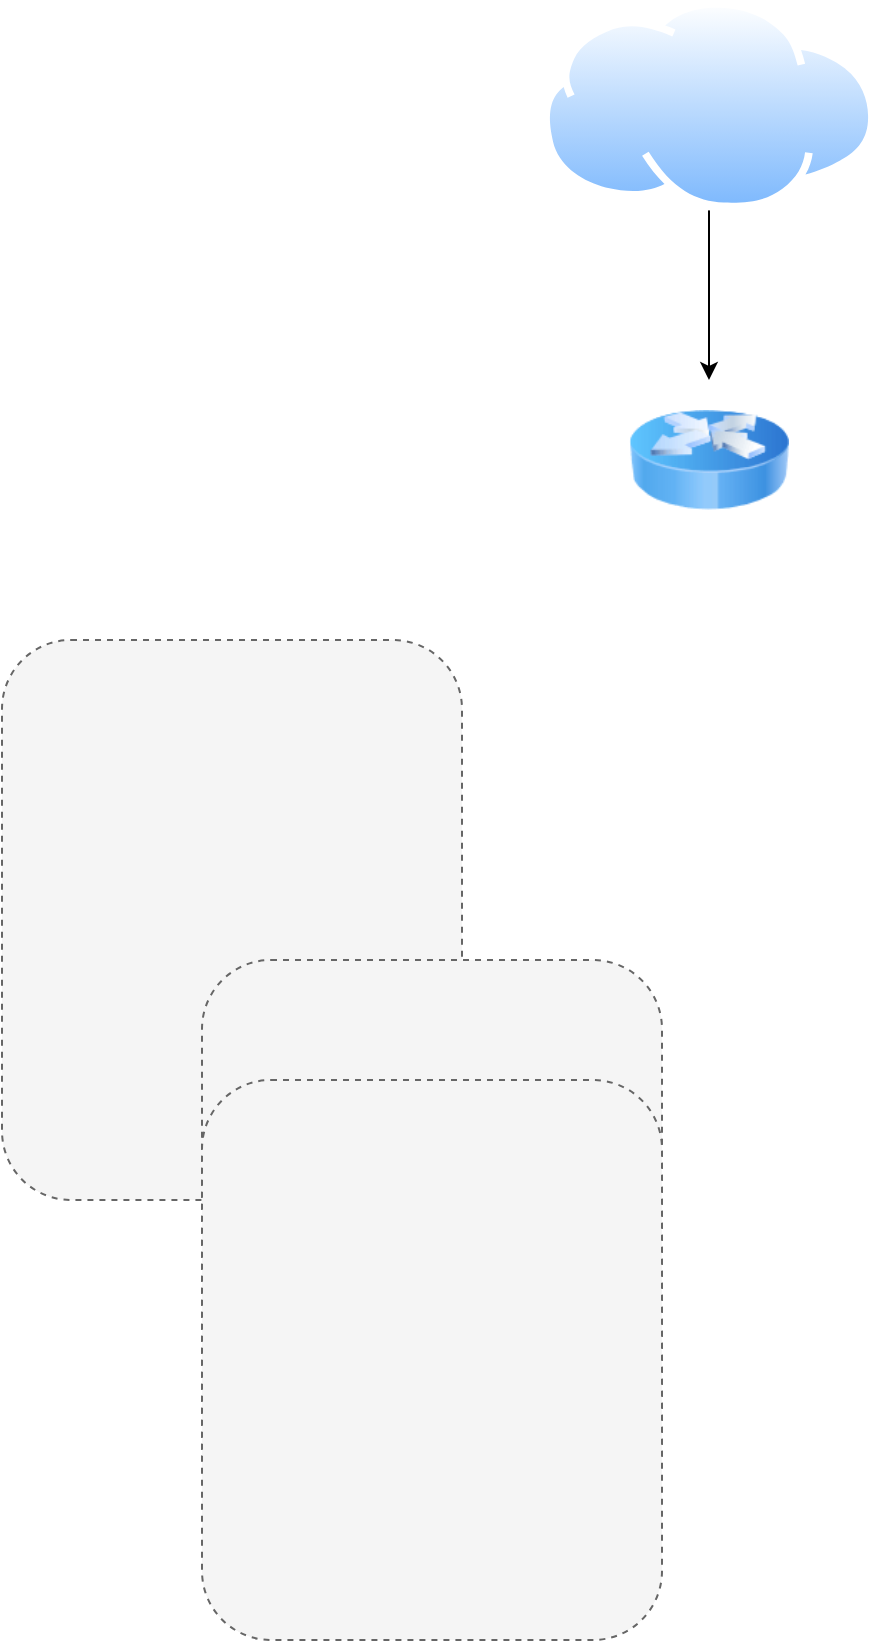
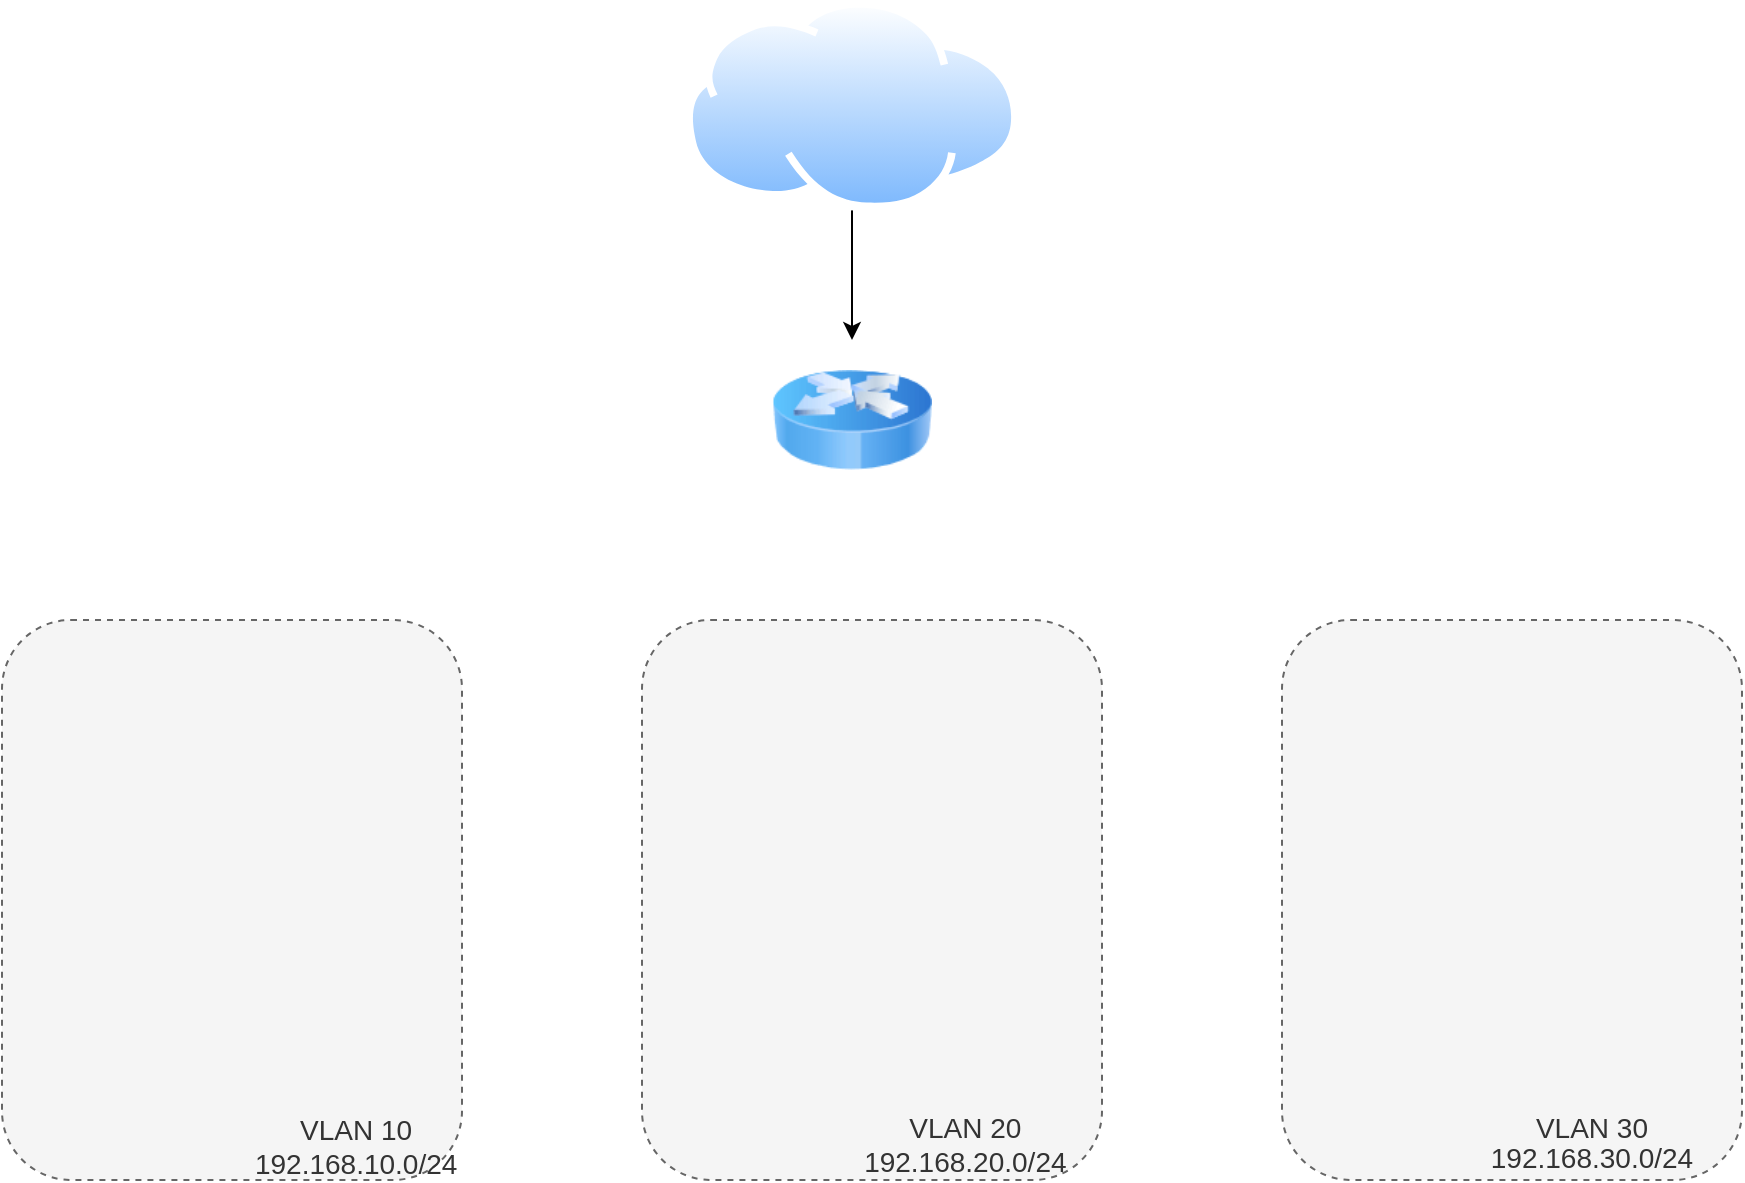
<mxfile host="app.diagrams.net">
  <diagram name="Trang-1" id="-QvKHvVX4tWdF-sznae-">
    <mxGraphModel dx="1012" dy="601" grid="1" gridSize="10" guides="1" tooltips="1" connect="1" arrows="1" fold="1" page="1" pageScale="1" pageWidth="827" pageHeight="1169" math="0" shadow="0">
      <root>
        <mxCell id="0" />
        <mxCell id="1" parent="0" />
-         <mxCell id="tlgCcKQl9_W-pkazaHYF-1" parent="1" style="rounded=1;whiteSpace=wrap;html=1;dashed=1;fillColor=#f5f5f5;strokeColor=#666666;fontColor=#333333;" value="" vertex="1">
-           <mxGeometry height="280" width="230" x="40" y="330" as="geometry" />
+         <mxCell id="tlgCcKQl9_W-pkazaHYF-1" parent="1" style="rounded=1;whiteSpace=wrap;html=1;dashed=1;fillColor=#f5f5f5;strokeColor=#666666;fontColor=#333333;align=left;" value="&lt;div&gt;&lt;br&gt;&lt;/div&gt;&lt;div&gt;&lt;font style=&quot;font-size: 14px;&quot;&gt;&lt;br&gt;&lt;/font&gt;&lt;/div&gt;&lt;div&gt;&lt;font style=&quot;font-size: 14px;&quot;&gt;&lt;br&gt;&lt;/font&gt;&lt;/div&gt;&lt;div style=&quot;text-align: center;&quot;&gt;&lt;font style=&quot;font-size: 14px;&quot;&gt;&lt;br&gt;&lt;/font&gt;&lt;/div&gt;&lt;div style=&quot;text-align: center;&quot;&gt;&lt;font style=&quot;font-size: 14px;&quot;&gt;&lt;br&gt;&lt;/font&gt;&lt;/div&gt;&lt;div style=&quot;text-align: center;&quot;&gt;&lt;font style=&quot;font-size: 14px;&quot;&gt;&lt;br&gt;&lt;/font&gt;&lt;/div&gt;&lt;div style=&quot;text-align: center;&quot;&gt;&lt;font style=&quot;font-size: 14px;&quot;&gt;&lt;br&gt;&lt;/font&gt;&lt;/div&gt;&lt;div style=&quot;text-align: center;&quot;&gt;&lt;font style=&quot;font-size: 14px;&quot;&gt;&lt;br&gt;&lt;/font&gt;&lt;/div&gt;&lt;div style=&quot;text-align: center;&quot;&gt;&lt;br&gt;&lt;/div&gt;&lt;div style=&quot;text-align: center;&quot;&gt;&lt;font style=&quot;font-size: 14px;&quot;&gt;&lt;br&gt;&lt;/font&gt;&lt;/div&gt;&lt;div style=&quot;text-align: center;&quot;&gt;&lt;font style=&quot;font-size: 14px;&quot;&gt;&lt;br&gt;&lt;/font&gt;&lt;/div&gt;&lt;div&gt;&lt;div style=&quot;text-align: center;&quot;&gt;&lt;span style=&quot;font-size: 14px; background-color: transparent; color: light-dark(rgb(51, 51, 51), rgb(193, 193, 193));&quot;&gt;&amp;nbsp; &amp;nbsp; &amp;nbsp; &amp;nbsp; &amp;nbsp; &amp;nbsp; &amp;nbsp; &amp;nbsp; &amp;nbsp; &amp;nbsp; &amp;nbsp; &amp;nbsp; &amp;nbsp; &amp;nbsp; &amp;nbsp; &amp;nbsp;&amp;nbsp;&lt;/span&gt;&lt;/div&gt;&lt;div style=&quot;text-align: center;&quot;&gt;&lt;span style=&quot;font-size: 14px; background-color: transparent; color: light-dark(rgb(51, 51, 51), rgb(193, 193, 193));&quot;&gt;&lt;br&gt;&lt;/span&gt;&lt;/div&gt;&lt;div style=&quot;text-align: center;&quot;&gt;&lt;span style=&quot;font-size: 14px; background-color: transparent; color: light-dark(rgb(51, 51, 51), rgb(193, 193, 193));&quot;&gt;&lt;br&gt;&lt;/span&gt;&lt;/div&gt;&lt;div style=&quot;text-align: center;&quot;&gt;&lt;span style=&quot;font-size: 14px; background-color: transparent; color: light-dark(rgb(51, 51, 51), rgb(193, 193, 193));&quot;&gt;&lt;br&gt;&lt;/span&gt;&lt;/div&gt;&lt;div style=&quot;text-align: center;&quot;&gt;&lt;span style=&quot;font-size: 14px; background-color: transparent; color: light-dark(rgb(51, 51, 51), rgb(193, 193, 193));&quot;&gt;&lt;span style=&quot;white-space: pre;&quot;&gt;&#x9;&lt;/span&gt;&lt;span style=&quot;white-space: pre;&quot;&gt;&#x9;&lt;/span&gt;&lt;span style=&quot;white-space: pre;&quot;&gt;&#x9;&lt;/span&gt;&lt;span style=&quot;white-space: pre;&quot;&gt;&#x9;&lt;/span&gt;VLAN 10&lt;/span&gt;&lt;/div&gt;&lt;div style=&quot;text-align: center;&quot;&gt;&lt;font style=&quot;font-size: 14px;&quot;&gt;&lt;span style=&quot;white-space: pre;&quot;&gt;&#x9;&lt;/span&gt;&lt;span style=&quot;white-space: pre;&quot;&gt;&#x9;&lt;/span&gt;&lt;span style=&quot;white-space: pre;&quot;&gt;&#x9;&lt;/span&gt;&lt;span style=&quot;white-space: pre;&quot;&gt;&#x9;&lt;/span&gt;192.168.10.0/24&lt;/font&gt;&lt;/div&gt;&lt;/div&gt;" vertex="1">
+           <mxGeometry height="280" width="230" x="20" y="320" as="geometry" />
        </mxCell>
        <mxCell id="tlgCcKQl9_W-pkazaHYF-5" edge="1" parent="1" source="6glJgjmVUURO1JKE-K0C-2" style="edgeStyle=orthogonalEdgeStyle;rounded=0;orthogonalLoop=1;jettySize=auto;html=1;" target="tlgCcKQl9_W-pkazaHYF-2" value="">
          <mxGeometry relative="1" as="geometry" />
        </mxCell>
        <mxCell id="6glJgjmVUURO1JKE-K0C-2" parent="1" style="image;aspect=fixed;perimeter=ellipsePerimeter;html=1;align=center;shadow=0;dashed=0;spacingTop=3;image=img/lib/active_directory/internet_cloud.svg;" value="" vertex="1">
-           <mxGeometry height="105.2" width="166.99" x="310" y="10" as="geometry" />
+           <mxGeometry height="105.2" width="166.99" x="361.51" y="10" as="geometry" />
        </mxCell>
        <mxCell id="tlgCcKQl9_W-pkazaHYF-2" parent="1" style="image;html=1;image=img/lib/clip_art/networking/Router_Icon_128x128.png;labelBackgroundColor=#f8cecc;labelBorderColor=#b85450;" value="" vertex="1">
-           <mxGeometry height="80" width="80" x="353.49" y="200" as="geometry" />
+           <mxGeometry height="80" width="80" x="405" y="180" as="geometry" />
        </mxCell>
-         <mxCell id="tlgCcKQl9_W-pkazaHYF-6" parent="1" style="rounded=1;whiteSpace=wrap;html=1;dashed=1;fillColor=#f5f5f5;strokeColor=#666666;fontColor=#333333;" value="" vertex="1">
-           <mxGeometry height="280" width="230" x="140" y="490" as="geometry" />
+         <mxCell id="tlgCcKQl9_W-pkazaHYF-6" parent="1" style="rounded=1;whiteSpace=wrap;html=1;dashed=1;fillColor=#f5f5f5;strokeColor=#666666;fontColor=#333333;" value="&lt;div&gt;&lt;br&gt;&lt;/div&gt;&lt;div&gt;&lt;br&gt;&lt;/div&gt;&lt;div&gt;&lt;br&gt;&lt;/div&gt;&lt;div&gt;&lt;br&gt;&lt;/div&gt;&lt;div&gt;&lt;br&gt;&lt;/div&gt;&lt;div&gt;&lt;br&gt;&lt;/div&gt;&lt;div&gt;&lt;br&gt;&lt;/div&gt;&lt;div&gt;&lt;br&gt;&lt;/div&gt;&lt;div&gt;&lt;br&gt;&lt;/div&gt;&lt;div&gt;&lt;br&gt;&lt;/div&gt;&lt;div&gt;&lt;br&gt;&lt;/div&gt;&lt;div&gt;&lt;br&gt;&lt;/div&gt;&lt;div&gt;&lt;br&gt;&lt;/div&gt;&lt;div&gt;&lt;br&gt;&lt;/div&gt;&lt;div&gt;&lt;br&gt;&lt;/div&gt;&lt;div&gt;&lt;br&gt;&lt;/div&gt;&lt;div&gt;&lt;br&gt;&lt;/div&gt;&lt;div&gt;&lt;span style=&quot;font-size: 14px; background-color: transparent; color: light-dark(rgb(51, 51, 51), rgb(193, 193, 193));&quot;&gt;&lt;span style=&quot;white-space: pre;&quot;&gt;&#x9;&lt;/span&gt;&lt;span style=&quot;white-space: pre;&quot;&gt;&#x9;&lt;/span&gt;&lt;span style=&quot;white-space: pre;&quot;&gt;&#x9;&lt;/span&gt;VLAN 20&lt;/span&gt;&lt;/div&gt;&lt;div&gt;&lt;/div&gt;&lt;div&gt;&lt;font style=&quot;font-size: 14px;&quot;&gt;&lt;span style=&quot;white-space: pre;&quot;&gt;&#x9;&lt;/span&gt;&lt;span style=&quot;white-space: pre;&quot;&gt;&#x9;&lt;/span&gt;&lt;span style=&quot;white-space: pre;&quot;&gt;&#x9;&lt;/span&gt;192.168.20.0/24&lt;/font&gt;&lt;/div&gt;" vertex="1">
+           <mxGeometry height="280" width="230" x="340" y="320" as="geometry" />
        </mxCell>
-         <mxCell id="tlgCcKQl9_W-pkazaHYF-7" parent="1" style="rounded=1;whiteSpace=wrap;html=1;dashed=1;fillColor=#f5f5f5;strokeColor=#666666;fontColor=#333333;" value="" vertex="1">
-           <mxGeometry height="280" width="230" x="140" y="550" as="geometry" />
+         <mxCell id="tlgCcKQl9_W-pkazaHYF-7" parent="1" style="rounded=1;whiteSpace=wrap;html=1;dashed=1;fillColor=#f5f5f5;strokeColor=#666666;fontColor=#333333;" value="&lt;blockquote style=&quot;margin: 0px 0px 0px 40px; border-width: medium; border-style: none; border-color: currentcolor; border-image: initial; padding: 0px; line-height: 110%;&quot;&gt;&lt;blockquote style=&quot;margin: 0px 0px 0px 40px; border-width: medium; border-style: none; border-color: currentcolor; border-image: initial; padding: 0px;&quot;&gt;&lt;font style=&quot;font-size: 14px;&quot;&gt;&lt;br&gt;&lt;/font&gt;&lt;/blockquote&gt;&lt;blockquote style=&quot;margin: 0px 0px 0px 40px; border-width: medium; border-style: none; border-color: currentcolor; border-image: initial; padding: 0px;&quot;&gt;&lt;font style=&quot;font-size: 14px;&quot;&gt;&lt;br&gt;&lt;/font&gt;&lt;/blockquote&gt;&lt;blockquote style=&quot;margin: 0px 0px 0px 40px; border-width: medium; border-style: none; border-color: currentcolor; border-image: initial; padding: 0px;&quot;&gt;&lt;font style=&quot;font-size: 14px;&quot;&gt;&lt;br&gt;&lt;/font&gt;&lt;/blockquote&gt;&lt;blockquote style=&quot;margin: 0px 0px 0px 40px; border-width: medium; border-style: none; border-color: currentcolor; border-image: initial; padding: 0px;&quot;&gt;&lt;font style=&quot;font-size: 14px;&quot;&gt;&lt;br&gt;&lt;/font&gt;&lt;/blockquote&gt;&lt;blockquote style=&quot;margin: 0px 0px 0px 40px; border-width: medium; border-style: none; border-color: currentcolor; border-image: initial; padding: 0px;&quot;&gt;&lt;font style=&quot;font-size: 14px;&quot;&gt;&lt;br&gt;&lt;/font&gt;&lt;/blockquote&gt;&lt;blockquote style=&quot;margin: 0px 0px 0px 40px; border-width: medium; border-style: none; border-color: currentcolor; border-image: initial; padding: 0px;&quot;&gt;&lt;font style=&quot;font-size: 14px;&quot;&gt;&lt;br&gt;&lt;/font&gt;&lt;/blockquote&gt;&lt;blockquote style=&quot;margin: 0px 0px 0px 40px; border-width: medium; border-style: none; border-color: currentcolor; border-image: initial; padding: 0px;&quot;&gt;&lt;font style=&quot;font-size: 14px;&quot;&gt;&lt;br&gt;&lt;/font&gt;&lt;/blockquote&gt;&lt;blockquote style=&quot;margin: 0px 0px 0px 40px; border-width: medium; border-style: none; border-color: currentcolor; border-image: initial; padding: 0px;&quot;&gt;&lt;font style=&quot;font-size: 14px;&quot;&gt;&lt;br&gt;&lt;/font&gt;&lt;/blockquote&gt;&lt;blockquote style=&quot;margin: 0px 0px 0px 40px; border-width: medium; border-style: none; border-color: currentcolor; border-image: initial; padding: 0px;&quot;&gt;&lt;font style=&quot;font-size: 14px;&quot;&gt;&lt;br&gt;&lt;/font&gt;&lt;/blockquote&gt;&lt;blockquote style=&quot;margin: 0px 0px 0px 40px; border-width: medium; border-style: none; border-color: currentcolor; border-image: initial; padding: 0px;&quot;&gt;&lt;font style=&quot;font-size: 14px;&quot;&gt;&lt;br&gt;&lt;/font&gt;&lt;/blockquote&gt;&lt;blockquote style=&quot;margin: 0px 0px 0px 40px; border-width: medium; border-style: none; border-color: currentcolor; border-image: initial; padding: 0px;&quot;&gt;&lt;font style=&quot;font-size: 14px;&quot;&gt;&lt;br&gt;&lt;/font&gt;&lt;/blockquote&gt;&lt;blockquote style=&quot;margin: 0px 0px 0px 40px; border-width: medium; border-style: none; border-color: currentcolor; border-image: initial; padding: 0px;&quot;&gt;&lt;font style=&quot;font-size: 14px;&quot;&gt;&lt;br&gt;&lt;/font&gt;&lt;/blockquote&gt;&lt;blockquote style=&quot;margin: 0px 0px 0px 40px; border-width: medium; border-style: none; border-color: currentcolor; border-image: initial; padding: 0px;&quot;&gt;&lt;font style=&quot;font-size: 14px;&quot;&gt;&lt;br&gt;&lt;/font&gt;&lt;/blockquote&gt;&lt;blockquote style=&quot;margin: 0px 0px 0px 40px; border-width: medium; border-style: none; border-color: currentcolor; border-image: initial; padding: 0px;&quot;&gt;&lt;font style=&quot;font-size: 14px;&quot;&gt;&lt;br&gt;&lt;/font&gt;&lt;/blockquote&gt;&lt;blockquote style=&quot;margin: 0px 0px 0px 40px; border-width: medium; border-style: none; border-color: currentcolor; border-image: initial; padding: 0px;&quot;&gt;&lt;span style=&quot;font-size: 14px; background-color: transparent; color: light-dark(rgb(51, 51, 51), rgb(193, 193, 193));&quot;&gt;&lt;br&gt;&lt;/span&gt;&lt;/blockquote&gt;&lt;blockquote style=&quot;margin: 0px 0px 0px 40px; border-width: medium; border-style: none; border-color: currentcolor; border-image: initial; padding: 0px;&quot;&gt;&lt;span style=&quot;font-size: 14px; background-color: transparent; color: light-dark(rgb(51, 51, 51), rgb(193, 193, 193)); line-height: 110%;&quot;&gt;&lt;br&gt;&lt;/span&gt;&lt;/blockquote&gt;&lt;blockquote style=&quot;margin: 0px 0px 0px 40px; border-width: medium; border-style: none; border-color: currentcolor; border-image: initial; padding: 0px;&quot;&gt;&lt;span style=&quot;font-size: 14px; background-color: transparent; color: light-dark(rgb(51, 51, 51), rgb(193, 193, 193)); line-height: 110%;&quot;&gt;&lt;br&gt;&lt;/span&gt;&lt;/blockquote&gt;&lt;blockquote style=&quot;margin: 0px 0px 0px 40px; border-width: medium; border-style: none; border-color: currentcolor; border-image: initial; padding: 0px;&quot;&gt;&lt;span style=&quot;font-size: 14px; background-color: transparent; color: light-dark(rgb(51, 51, 51), rgb(193, 193, 193)); line-height: 110%;&quot;&gt;VLAN 30&lt;/span&gt;&lt;/blockquote&gt;&lt;blockquote style=&quot;margin: 0px 0px 0px 40px; border-width: medium; border-style: none; border-color: currentcolor; border-image: initial; padding: 0px;&quot;&gt;&lt;div&gt;&lt;font style=&quot;font-size: 14px; line-height: 110%;&quot;&gt;192.168.30.0/24&lt;/font&gt;&lt;/div&gt;&lt;/blockquote&gt;&lt;/blockquote&gt;" vertex="1">
+           <mxGeometry height="280" width="230" x="660" y="320" as="geometry" />
        </mxCell>
      </root>
    </mxGraphModel>
  </diagram>
</mxfile>
